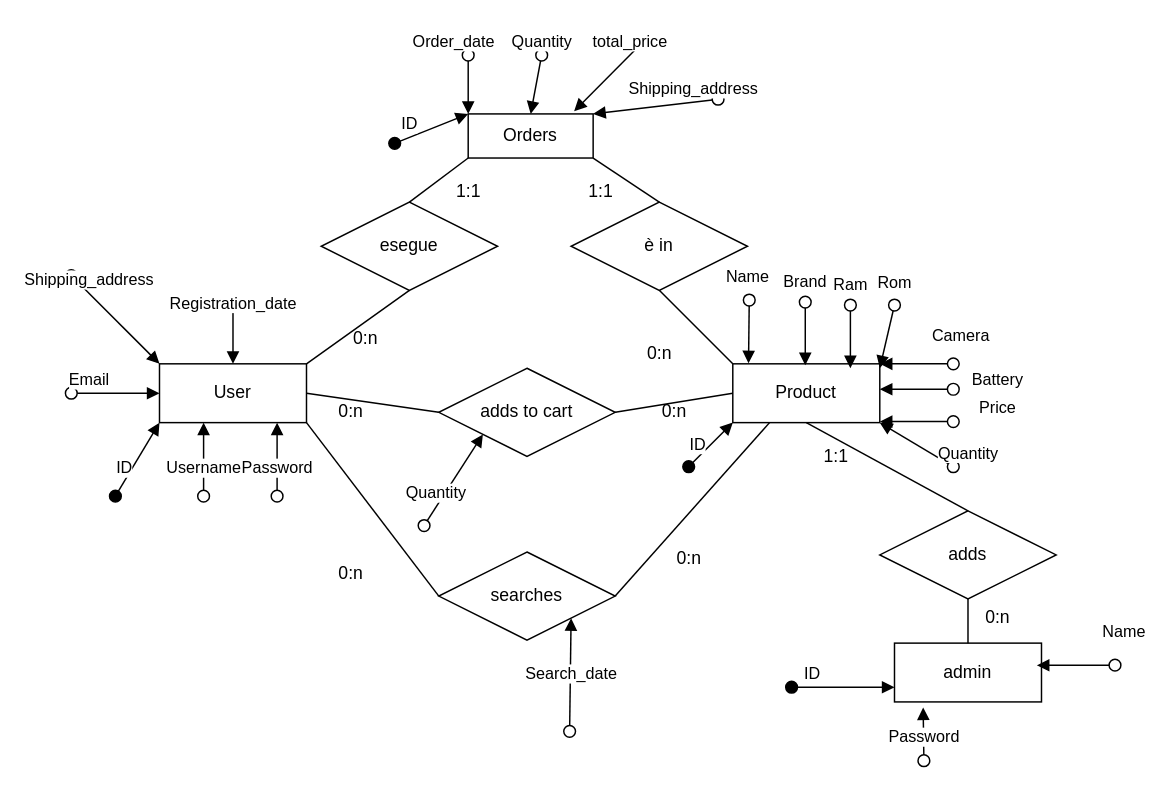
Before: PhoneShop.drawio in DonaldoHoxha/UpdatedPhoneShop, a draw.io diagram. Source tidied: cells renumbered, new cells numbered last; positions are measured from the earlier drawing's top-left corner, leaving out a move shared by most shapes. Both pictures are drawn from the tidied source at 147%, with x=0, y=0 at pixel (71, 40).
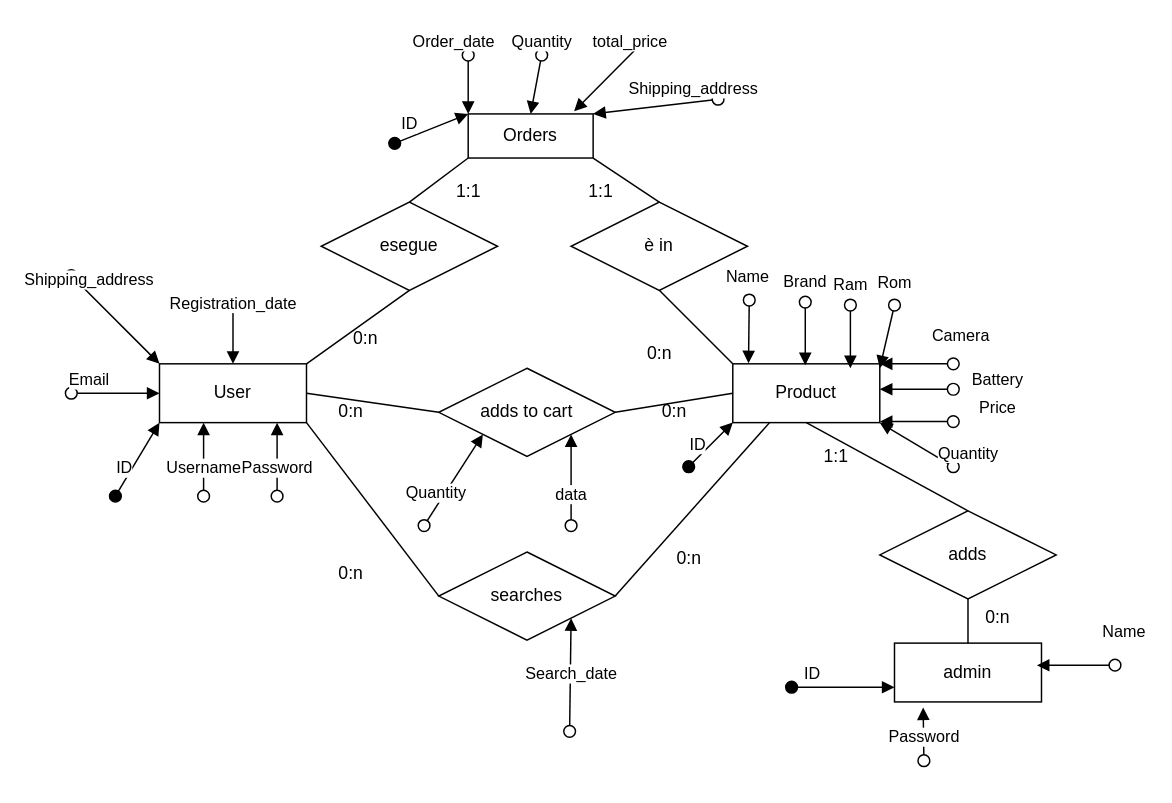
Above is the later version.

Unchanged cells that the change refers to:
```xml
<mxCell id="4" value="adds to cart" style="shape=rhombus;perimeter=rhombusPerimeter;whiteSpace=wrap;html=1;align=center;" parent="1" vertex="1">
  <mxGeometry x="250" y="223" width="120" height="60" as="geometry" />
</mxCell>
```

What changed in the source:
```diff
@@
+    <mxCell id="56" value="data" style="html=1;verticalAlign=bottom;startArrow=oval;startFill=0;endArrow=block;startSize=8;curved=0;rounded=0;entryX=1;entryY=1;entryDx=0;entryDy=0;" parent="1" edge="1" target="4">
+      <mxGeometry x="-0.6" relative="1" as="geometry">
+        <mxPoint x="340" y="330" as="sourcePoint" />
+      </mxGeometry>
+    </mxCell>
```
